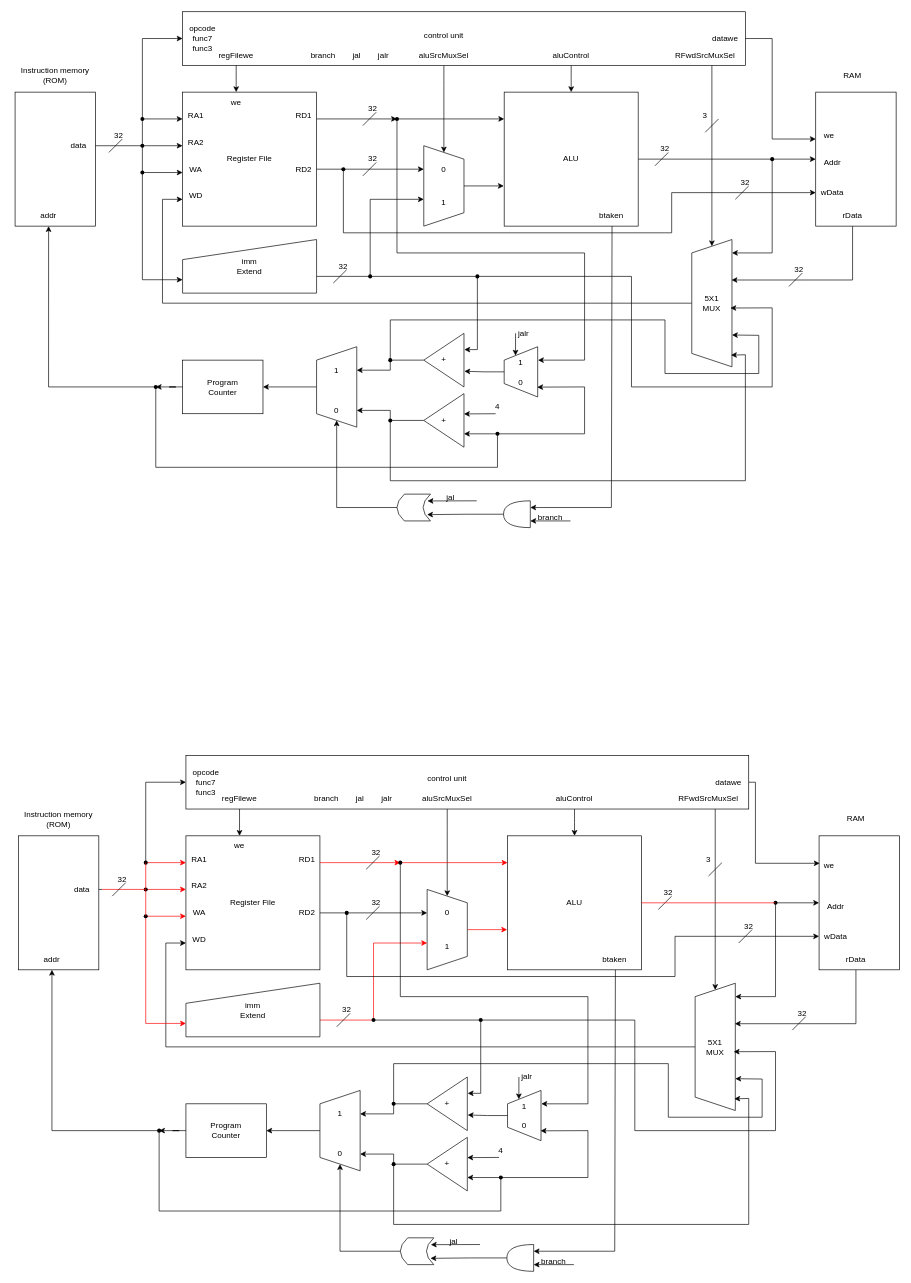
The draw.io diagram 제목 없는 다이어그램.drawio in Friday930/draw_io, before the edit. Source tidied: cells renumbered, new cells numbered last; positions are measured from the earlier drawing's top-left corner, leaving out a move shared by most shapes. Both pictures are drawn from the tidied source at 67%, with x=0, y=0 at pixel (11, 11).
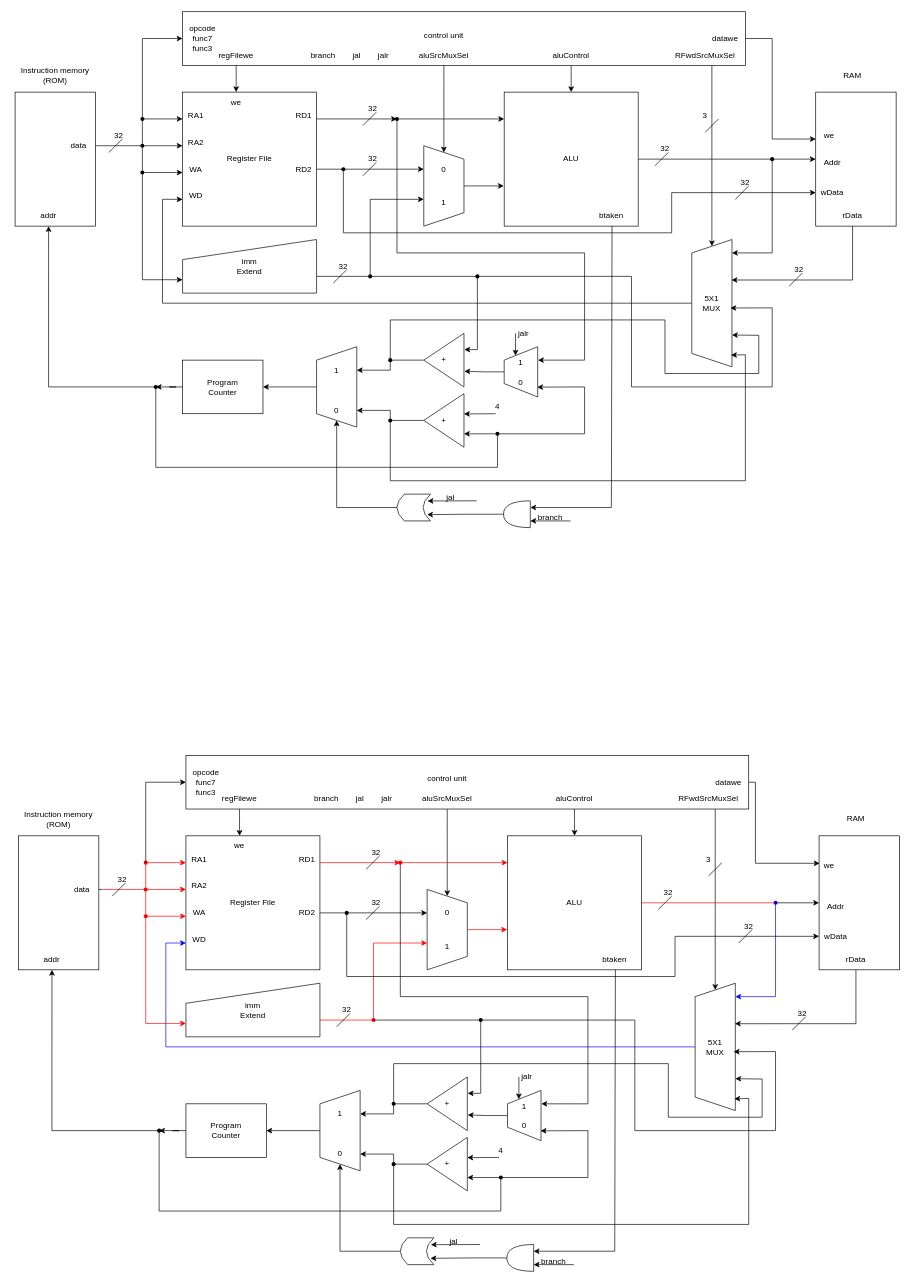
After the change.

Commit message (it also covers changes not shown here):
제목 없는 다이어그램.drawio 업데이트

Unchanged cells that the change refers to:
```xml
<mxCell id="137" value="WD" style="text;html=1;align=center;verticalAlign=middle;whiteSpace=wrap;rounded=0;" parent="1" vertex="1">
  <mxGeometry x="250" y="1370" width="60" height="30" as="geometry" />
</mxCell>
<mxCell id="156" value="5X1&lt;div&gt;MUX&lt;/div&gt;" style="shape=trapezoid;perimeter=trapezoidPerimeter;whiteSpace=wrap;html=1;fixedSize=1;direction=north;" parent="1" vertex="1">
  <mxGeometry x="1020" y="1450" width="60" height="190" as="geometry" />
</mxCell>
```

The edit, as a diff of the source:
```diff
@@
-    <mxCell id="153" style="shape=waypoint;sketch=0;fillStyle=solid;size=6;points=[];fillColor=none;perimeter=centerPerimeter;snapToPoint=1;" parent="1" vertex="1">
+    <mxCell id="153" style="shape=waypoint;sketch=0;fillStyle=solid;size=6;points=[];fillColor=none;perimeter=centerPerimeter;snapToPoint=1;strokeColor=#FF0000;" parent="1" vertex="1">
       <mxGeometry x="530" y="1495" width="20" height="20" as="geometry" />
     </mxCell>
@@
-    <mxCell id="155" style="edgeStyle=orthogonalEdgeStyle;rounded=0;jettySize=auto;html=1;entryX=0.167;entryY=0.667;entryDx=0;entryDy=0;entryPerimeter=0;" parent="1" edge="1" source="156" target="137">
+    <mxCell id="155" style="edgeStyle=orthogonalEdgeStyle;rounded=0;jettySize=auto;html=1;entryX=0.167;entryY=0.667;entryDx=0;entryDy=0;entryPerimeter=0;strokeColor=#0000FF;" parent="1" edge="1" source="156" target="137">
       <mxGeometry relative="1" as="geometry">
         <Array as="points">
           <mxPoint x="230" y="1545" />
           <mxPoint x="230" y="1390" />
         </Array>
       </mxGeometry>
     </mxCell>
@@
-    <mxCell id="160" style="shape=waypoint;sketch=0;fillStyle=solid;size=6;points=[];fillColor=none;perimeter=centerPerimeter;snapToPoint=1;" parent="1" vertex="1">
+    <mxCell id="160" style="shape=waypoint;sketch=0;fillStyle=solid;size=6;points=[];fillColor=none;perimeter=centerPerimeter;snapToPoint=1;strokeColor=#0000FF;" parent="1" vertex="1">
       <mxGeometry x="1130" y="1320" width="20" height="20" as="geometry" />
     </mxCell>
-    <mxCell id="161" style="endArrow=classic;html=1;rounded=0;" parent="1" edge="1">
+    <mxCell id="161" style="endArrow=classic;html=1;rounded=0;strokeColor=#0000FF;" parent="1" edge="1">
       <mxGeometry relative="1" as="geometry">
         <mxPoint x="1140" y="1330" as="sourcePoint" />
         <mxPoint x="1080" y="1470" as="targetPoint" />
         <Array as="points">
           <mxPoint x="1140" y="1470" />
         </Array>
       </mxGeometry>
     </mxCell>
@@
-    <mxCell id="180" style="shape=waypoint;sketch=0;fillStyle=solid;size=6;points=[];fillColor=none;perimeter=centerPerimeter;snapToPoint=1;" parent="1" vertex="1">
+    <mxCell id="180" style="shape=waypoint;sketch=0;fillStyle=solid;size=6;points=[];fillColor=none;perimeter=centerPerimeter;snapToPoint=1;strokeColor=#FF0000;" parent="1" vertex="1">
       <mxGeometry x="570" y="1260" width="20" height="20" as="geometry" />
     </mxCell>
@@
-    <mxCell id="185" style="shape=waypoint;sketch=0;fillStyle=solid;size=6;points=[];fillColor=none;perimeter=centerPerimeter;snapToPoint=1;" parent="1" vertex="1">
+    <mxCell id="185" style="shape=waypoint;sketch=0;fillStyle=solid;size=6;points=[];fillColor=none;perimeter=centerPerimeter;snapToPoint=1;strokeColor=#FF0000;" parent="1" vertex="1">
       <mxGeometry x="190" y="1300" width="20" height="20" as="geometry" />
     </mxCell>
@@
-    <mxCell id="189" style="shape=waypoint;sketch=0;fillStyle=solid;size=6;points=[];fillColor=none;perimeter=centerPerimeter;snapToPoint=1;" parent="1" vertex="1">
+    <mxCell id="189" style="shape=waypoint;sketch=0;fillStyle=solid;size=6;points=[];fillColor=none;perimeter=centerPerimeter;snapToPoint=1;strokeColor=#FF0000;" parent="1" vertex="1">
       <mxGeometry x="190" y="1260" width="20" height="20" as="geometry" />
     </mxCell>
@@
-    <mxCell id="228" style="shape=waypoint;sketch=0;fillStyle=solid;size=6;points=[];fillColor=none;perimeter=centerPerimeter;snapToPoint=1;" parent="1" vertex="1">
+    <mxCell id="228" style="shape=waypoint;sketch=0;fillStyle=solid;size=6;points=[];fillColor=none;perimeter=centerPerimeter;snapToPoint=1;strokeColor=#FF0000;" parent="1" vertex="1">
       <mxGeometry x="190" y="1340" width="20" height="20" as="geometry" />
     </mxCell>
```
